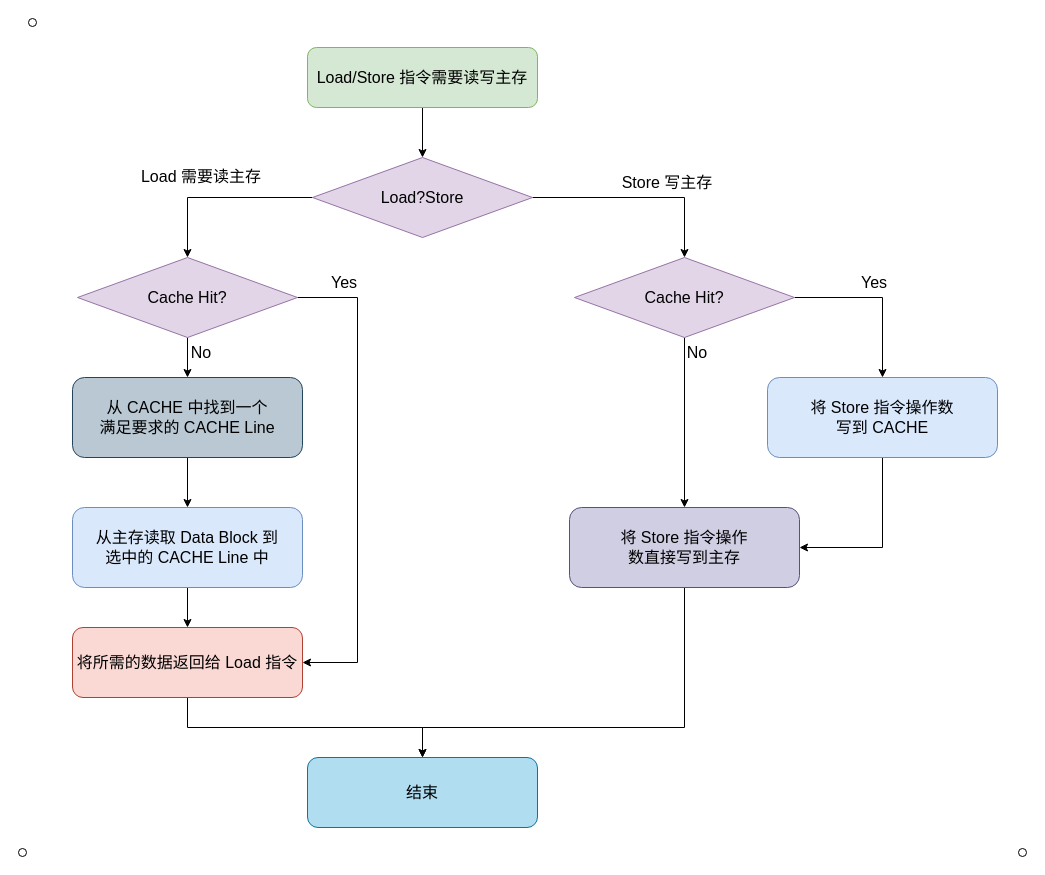
This is DrawIO/CACHE-WT.drawio from BiscuitOS/HardStack, a draw.io file, before an edit. Source tidied: cells renumbered, new cells numbered last; positions are measured from the earlier drawing's top-left corner, leaving out a move shared by most shapes. Both pictures are drawn from the tidied source at 100%, with x=0, y=0 at pixel (17, 17).
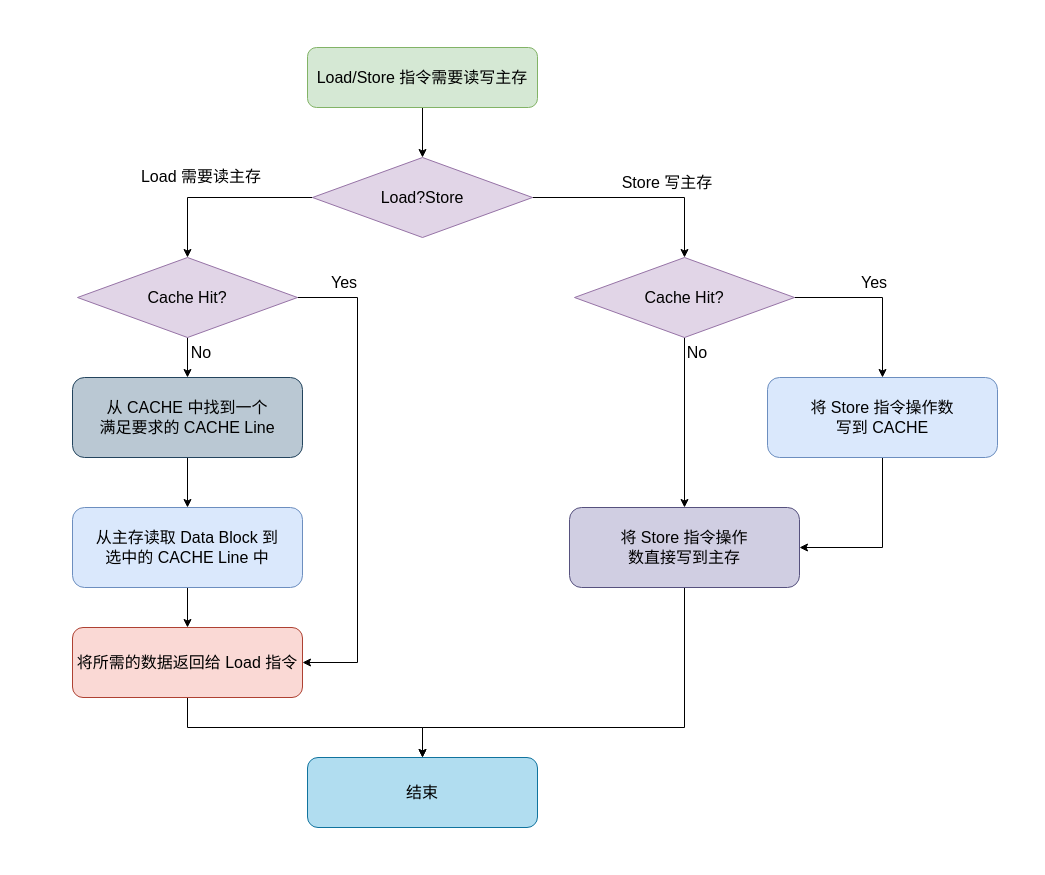
The same diagram, later.

The edit, as a diff of the source:
```diff
@@
-    <mxCell id="30" style="verticalLabelPosition=bottom;shadow=0;dashed=0;align=center;html=1;verticalAlign=top;shape=mxgraph.electrical.logic_gates.inverting_contact;fontSize=16;" parent="1" vertex="1">
+    <mxCell id="30" style="verticalLabelPosition=bottom;shadow=0;dashed=0;align=center;html=1;verticalAlign=top;shape=mxgraph.electrical.logic_gates.inverting_contact;fontSize=16;fillColor=none;strokeColor=none;" parent="1" vertex="1">
       <mxGeometry x="10" width="10" height="10" as="geometry" />
     </mxCell>
-    <mxCell id="31" style="verticalLabelPosition=bottom;shadow=0;dashed=0;align=center;html=1;verticalAlign=top;shape=mxgraph.electrical.logic_gates.inverting_contact;fontSize=16;" parent="1" vertex="1">
+    <mxCell id="31" style="verticalLabelPosition=bottom;shadow=0;dashed=0;align=center;html=1;verticalAlign=top;shape=mxgraph.electrical.logic_gates.inverting_contact;fontSize=16;strokeColor=none;" parent="1" vertex="1">
       <mxGeometry y="830" width="10" height="10" as="geometry" />
     </mxCell>
-    <mxCell id="32" style="verticalLabelPosition=bottom;shadow=0;dashed=0;align=center;html=1;verticalAlign=top;shape=mxgraph.electrical.logic_gates.inverting_contact;fontSize=16;" parent="1" vertex="1">
+    <mxCell id="32" style="verticalLabelPosition=bottom;shadow=0;dashed=0;align=center;html=1;verticalAlign=top;shape=mxgraph.electrical.logic_gates.inverting_contact;fontSize=16;strokeColor=none;" parent="1" vertex="1">
       <mxGeometry x="1000" y="830" width="10" height="10" as="geometry" />
     </mxCell>
```
